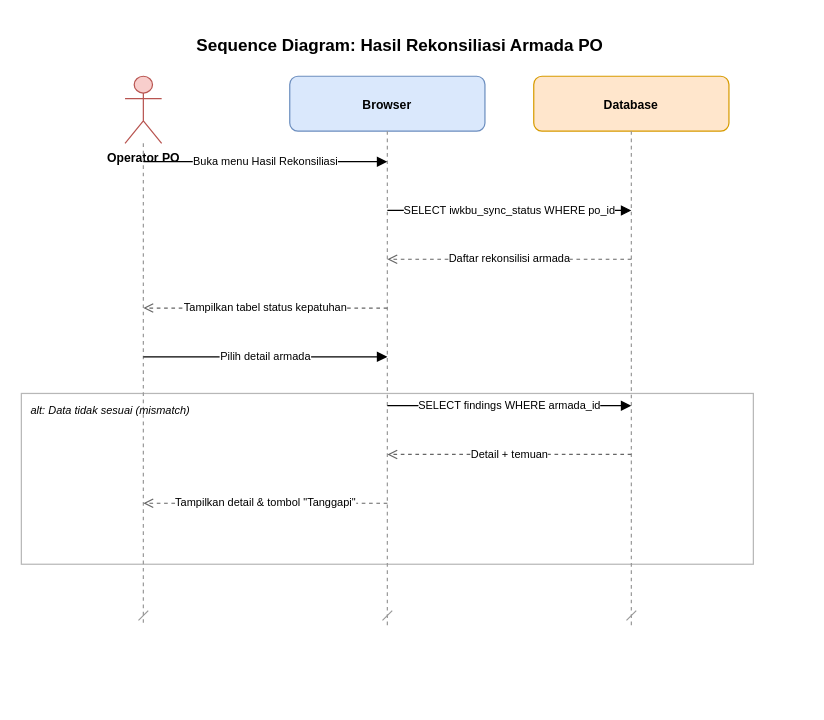
The draw.io diagram docs/diagrams/sequence/07-sq-hasil-rekonsiliasi-po.drawio in RyanGLoomy/terminal-iwkbu, before the edit. Source tidied: cells renumbered, new cells numbered last; positions are measured from the earlier drawing's top-left corner, leaving out a move shared by most shapes. Both pictures are drawn from the tidied source at 122%, with x=0, y=0 at pixel (21, 27).
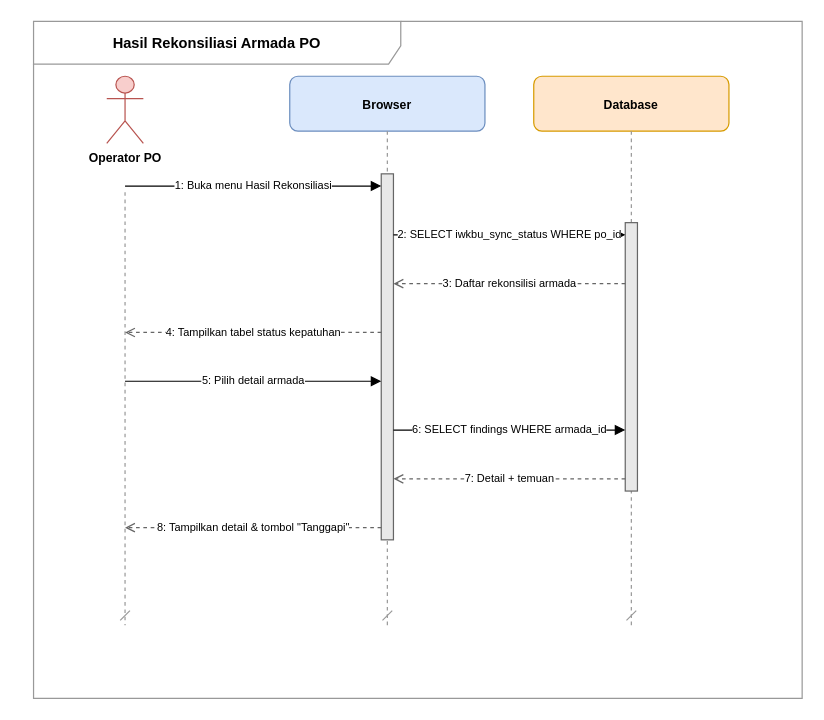
Above is the later version.

Change to the diagram source:
```diff
@@
-    <mxCell id="2" value="Sequence Diagram: Hasil Rekonsiliasi Armada PO" style="text;html=1;align=center;verticalAlign=middle;fontSize=14;fontStyle=1;strokeColor=none;fillColor=none;" parent="1" vertex="1">
-      <mxGeometry x="40" width="540" height="30" as="geometry" />
-    </mxCell>
+    <mxCell id="18" value="Hasil Rekonsiliasi Armada PO" style="shape=umlFrame;whiteSpace=wrap;html=1;fillColor=none;strokeColor=#999999;fontSize=12;fontStyle=1;lightOpacity=50;tabWidth=301;tabHeight=22;width=301;height=35;" parent="1" vertex="1">
+      <mxGeometry x="10" y="-5" width="630" height="555" as="geometry" />
+    </mxCell>
     <mxCell id="3" value="Operator PO" style="shape=umlActor;verticalLabelPosition=bottom;verticalAlign=top;html=1;fillColor=#f8cecc;strokeColor=#b85450;fontStyle=1;fontSize=10;" parent="1" vertex="1">
-      <mxGeometry x="85" y="40" width="30" height="55" as="geometry" />
+      <mxGeometry x="70" y="40" width="30" height="55" as="geometry" />
     </mxCell>
     <mxCell id="4" style="endArrow=dash;dashed=1;html=1;strokeWidth=1;strokeColor=#999999;" parent="1" edge="1">
       <mxGeometry relative="1" as="geometry">
-        <mxPoint x="100" y="95" as="sourcePoint" />
-        <mxPoint x="100" y="490" as="targetPoint" />
+        <mxPoint x="85" y="135" as="sourcePoint" />
+        <mxPoint x="85" y="490" as="targetPoint" />
       </mxGeometry>
     </mxCell>
@@
-    <mxCell id="9" value="alt: Data tidak sesuai (mismatch)" style="rounded=0;whiteSpace=wrap;html=1;fillColor=none;strokeColor=#999999;dashed=0;verticalAlign=top;align=left;spacingTop=2;spacingLeft=6;fontSize=9;fontStyle=2;opacity=70;" parent="1" vertex="1">
-      <mxGeometry y="300" width="600" height="140" as="geometry" />
-    </mxCell>
+    <mxCell id="19" style="rounded=0;whiteSpace=wrap;html=1;fillColor=#e8e8e8;strokeColor=#666666;strokeWidth=1;" parent="1" vertex="1">
+      <mxGeometry x="295" y="120" width="10" height="300" as="geometry" />
+    </mxCell>
+    <mxCell id="20" style="rounded=0;whiteSpace=wrap;html=1;fillColor=#e8e8e8;strokeColor=#666666;strokeWidth=1;" parent="1" vertex="1">
+      <mxGeometry x="495" y="160" width="10" height="220" as="geometry" />
+    </mxCell>
-    <mxCell id="10" value="Buka menu Hasil Rekonsiliasi" style="endArrow=block;endFill=1;html=1;fontSize=9;" parent="1" edge="1">
+    <mxCell id="10" value="1: Buka menu Hasil Rekonsiliasi" style="endArrow=block;endFill=1;html=1;fontSize=9;" parent="1" edge="1">
       <mxGeometry relative="1" as="geometry">
-        <mxPoint x="100" y="110" as="sourcePoint" />
-        <mxPoint x="300" y="110" as="targetPoint" />
+        <mxPoint x="85" y="130" as="sourcePoint" />
+        <mxPoint x="295" y="130" as="targetPoint" />
       </mxGeometry>
     </mxCell>
-    <mxCell id="11" value="SELECT iwkbu_sync_status WHERE po_id" style="endArrow=block;endFill=1;html=1;fontSize=9;" parent="1" edge="1">
+    <mxCell id="11" value="2: SELECT iwkbu_sync_status WHERE po_id" style="endArrow=block;endFill=1;html=1;fontSize=9;" parent="1" edge="1">
       <mxGeometry relative="1" as="geometry">
-        <mxPoint x="300" y="150" as="sourcePoint" />
-        <mxPoint x="500" y="150" as="targetPoint" />
+        <mxPoint x="305" y="170" as="sourcePoint" />
+        <mxPoint x="495" y="170" as="targetPoint" />
       </mxGeometry>
     </mxCell>
-    <mxCell id="12" value="Daftar rekonsilisi armada" style="endArrow=open;endFill=0;dashed=1;html=1;fontSize=9;strokeColor=#666666;" parent="1" edge="1">
+    <mxCell id="12" value="3: Daftar rekonsilisi armada" style="endArrow=open;endFill=0;dashed=1;html=1;fontSize=9;strokeColor=#666666;" parent="1" edge="1">
       <mxGeometry relative="1" as="geometry">
-        <mxPoint x="500" y="190" as="sourcePoint" />
-        <mxPoint x="300" y="190" as="targetPoint" />
+        <mxPoint x="495" y="210" as="sourcePoint" />
+        <mxPoint x="305" y="210" as="targetPoint" />
       </mxGeometry>
     </mxCell>
-    <mxCell id="13" value="Tampilkan tabel status kepatuhan" style="endArrow=open;endFill=0;dashed=1;html=1;fontSize=9;strokeColor=#666666;" parent="1" edge="1">
+    <mxCell id="13" value="4: Tampilkan tabel status kepatuhan" style="endArrow=open;endFill=0;dashed=1;html=1;fontSize=9;strokeColor=#666666;" parent="1" edge="1">
       <mxGeometry relative="1" as="geometry">
-        <mxPoint x="300" y="230" as="sourcePoint" />
-        <mxPoint x="100" y="230" as="targetPoint" />
+        <mxPoint x="295" y="250" as="sourcePoint" />
+        <mxPoint x="85" y="250" as="targetPoint" />
       </mxGeometry>
     </mxCell>
-    <mxCell id="14" value="Pilih detail armada" style="endArrow=block;endFill=1;html=1;fontSize=9;" parent="1" edge="1">
+    <mxCell id="14" value="5: Pilih detail armada" style="endArrow=block;endFill=1;html=1;fontSize=9;" parent="1" edge="1">
       <mxGeometry relative="1" as="geometry">
-        <mxPoint x="100" y="270" as="sourcePoint" />
-        <mxPoint x="300" y="270" as="targetPoint" />
+        <mxPoint x="85" y="290" as="sourcePoint" />
+        <mxPoint x="295" y="290" as="targetPoint" />
       </mxGeometry>
     </mxCell>
-    <mxCell id="15" value="SELECT findings WHERE armada_id" style="endArrow=block;endFill=1;html=1;fontSize=9;" parent="1" edge="1">
+    <mxCell id="15" value="6: SELECT findings WHERE armada_id" style="endArrow=block;endFill=1;html=1;fontSize=9;" parent="1" edge="1">
       <mxGeometry relative="1" as="geometry">
-        <mxPoint x="300" y="310" as="sourcePoint" />
-        <mxPoint x="500" y="310" as="targetPoint" />
+        <mxPoint x="305" y="330" as="sourcePoint" />
+        <mxPoint x="495" y="330" as="targetPoint" />
       </mxGeometry>
     </mxCell>
-    <mxCell id="16" value="Detail + temuan" style="endArrow=open;endFill=0;dashed=1;html=1;fontSize=9;strokeColor=#666666;" parent="1" edge="1">
+    <mxCell id="16" value="7: Detail + temuan" style="endArrow=open;endFill=0;dashed=1;html=1;fontSize=9;strokeColor=#666666;" parent="1" edge="1">
       <mxGeometry relative="1" as="geometry">
-        <mxPoint x="500" y="350" as="sourcePoint" />
-        <mxPoint x="300" y="350" as="targetPoint" />
+        <mxPoint x="495" y="370" as="sourcePoint" />
+        <mxPoint x="305" y="370" as="targetPoint" />
       </mxGeometry>
     </mxCell>
-    <mxCell id="17" value="Tampilkan detail &amp; tombol &quot;Tanggapi&quot;" style="endArrow=open;endFill=0;dashed=1;html=1;fontSize=9;strokeColor=#666666;" parent="1" edge="1">
+    <mxCell id="17" value="8: Tampilkan detail &amp; tombol &quot;Tanggapi&quot;" style="endArrow=open;endFill=0;dashed=1;html=1;fontSize=9;strokeColor=#666666;" parent="1" edge="1">
       <mxGeometry relative="1" as="geometry">
-        <mxPoint x="300" y="390" as="sourcePoint" />
-        <mxPoint x="100" y="390" as="targetPoint" />
+        <mxPoint x="295" y="410" as="sourcePoint" />
+        <mxPoint x="85" y="410" as="targetPoint" />
       </mxGeometry>
     </mxCell>
```
